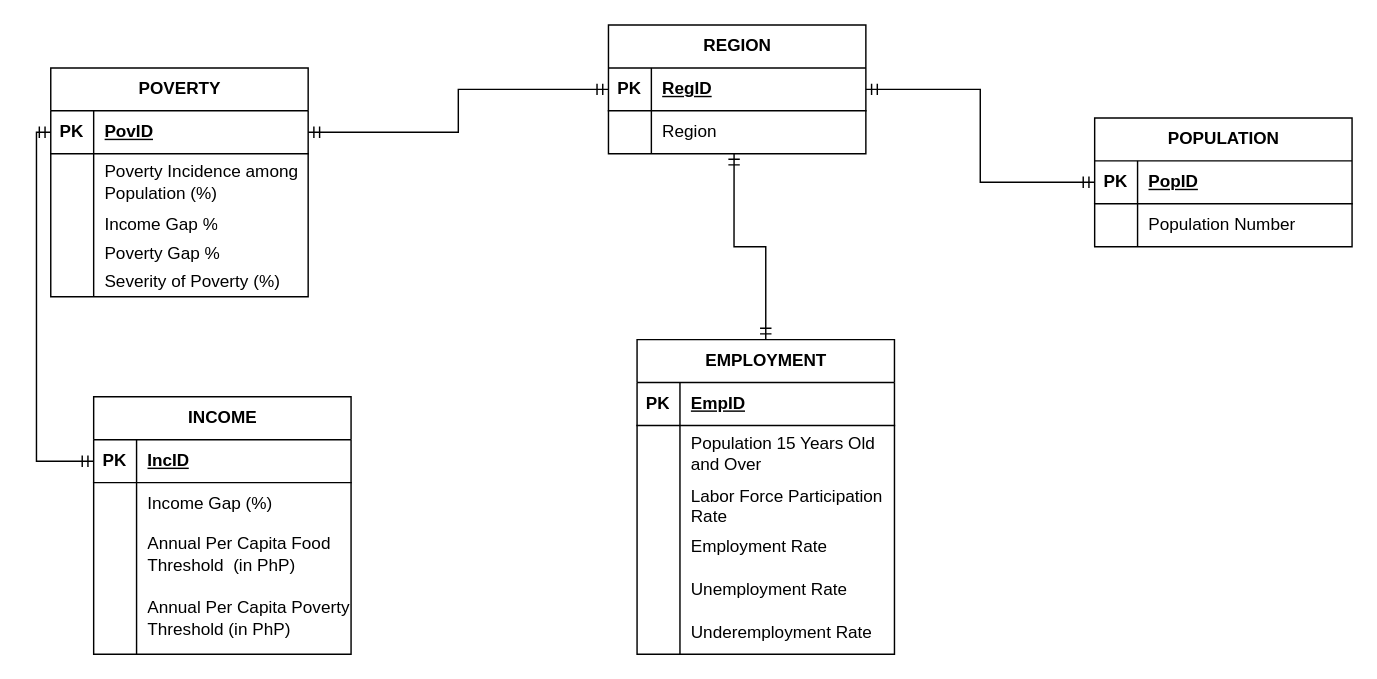
This is page "NRM" (3 of 4) of DECapstone diagrams.drawio from vinsanity2022/SPARTACapstone, a draw.io file, before an edit. Source tidied: cells renumbered, new cells numbered last; positions are measured from the earlier drawing's top-left corner, leaving out a move shared by most shapes. Both pictures are drawn from the tidied source at 143%, with x=0, y=0 at pixel (50, 24).
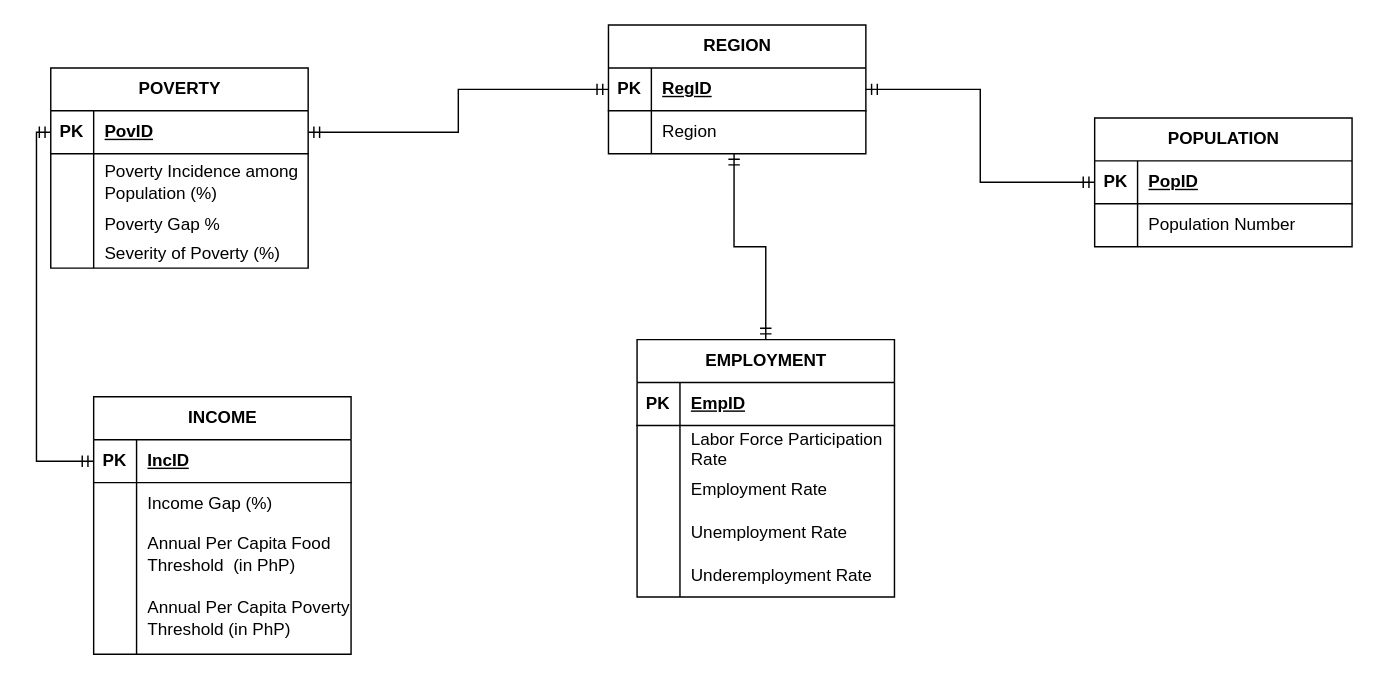
The same page after the edit.

The edit, as a diff of the source:
```diff
@@
     <mxCell id="2" value="POVERTY" style="shape=table;startSize=30;childLayout=tableLayout;rowLines=0;fontStyle=1;align=center;html=1;" parent="1" vertex="1">
-      <mxGeometry y="30" width="180" height="160" as="geometry" />
+      <mxGeometry y="30" width="180" height="140" as="geometry" />
     </mxCell>
@@
-    <mxCell id="9" style="shape=tableRow;horizontal=0;startSize=0;swimlaneHead=0;swimlaneBody=0;fillColor=none;top=0;left=0;right=0;bottom=0;" parent="2" vertex="1">
-      <mxGeometry y="100" width="180" height="20" as="geometry" />
-    </mxCell>
-    <mxCell id="10" style="shape=partialRectangle;fillColor=none;top=0;left=0;bottom=0;right=0;overflow=hidden;whiteSpace=wrap;html=1;" parent="9" vertex="1">
-      <mxGeometry width="30" height="20" as="geometry" />
-    </mxCell>
-    <mxCell id="11" value="Income Gap %" style="shape=partialRectangle;fillColor=none;top=0;left=0;bottom=0;right=0;align=left;spacingLeft=6;overflow=hidden;whiteSpace=wrap;html=1;" parent="9" vertex="1">
-      <mxGeometry x="30" width="150" height="20" as="geometry" />
-    </mxCell>
     <mxCell id="12" style="shape=tableRow;horizontal=0;startSize=0;swimlaneHead=0;swimlaneBody=0;fillColor=none;top=0;left=0;right=0;bottom=0;" parent="2" vertex="1">
-      <mxGeometry y="120" width="180" height="20" as="geometry" />
+      <mxGeometry y="100" width="180" height="20" as="geometry" />
     </mxCell>
@@
     <mxCell id="15" style="shape=tableRow;horizontal=0;startSize=0;swimlaneHead=0;swimlaneBody=0;fillColor=none;top=0;left=0;right=0;bottom=0;" parent="2" vertex="1">
-      <mxGeometry y="140" width="180" height="20" as="geometry" />
+      <mxGeometry y="120" width="180" height="20" as="geometry" />
     </mxCell>
@@
     <mxCell id="48" value="EMPLOYMENT" style="shape=table;startSize=30;childLayout=tableLayout;rowLines=0;fontStyle=1;align=center;html=1;" parent="1" vertex="1">
-      <mxGeometry x="410" y="220" width="180" height="220" as="geometry" />
+      <mxGeometry x="410" y="220" width="180" height="180" as="geometry" />
     </mxCell>
@@
-    <mxCell id="52" style="shape=tableRow;horizontal=0;startSize=0;swimlaneHead=0;swimlaneBody=0;fillColor=none;top=0;left=0;right=0;bottom=0;" parent="48" vertex="1">
-      <mxGeometry y="60" width="180" height="40" as="geometry" />
-    </mxCell>
-    <mxCell id="53" style="shape=partialRectangle;fillColor=none;top=0;left=0;bottom=0;right=0;overflow=hidden;whiteSpace=wrap;html=1;" parent="52" vertex="1">
-      <mxGeometry width="30" height="40" as="geometry" />
-    </mxCell>
-    <mxCell id="54" value="Population 15 Years Old and Over&amp;nbsp; &amp;nbsp; &amp;nbsp; &amp;nbsp; &amp;nbsp;" style="shape=partialRectangle;fillColor=none;top=0;left=0;bottom=0;right=0;align=left;spacingLeft=6;overflow=hidden;whiteSpace=wrap;html=1;" parent="52" vertex="1">
-      <mxGeometry x="30" width="150" height="40" as="geometry" />
-    </mxCell>
     <mxCell id="55" style="shape=tableRow;horizontal=0;startSize=0;swimlaneHead=0;swimlaneBody=0;fillColor=none;top=0;left=0;right=0;bottom=0;" parent="48" vertex="1">
-      <mxGeometry y="100" width="180" height="30" as="geometry" />
+      <mxGeometry y="60" width="180" height="30" as="geometry" />
     </mxCell>
@@
     <mxCell id="58" style="shape=tableRow;horizontal=0;startSize=0;swimlaneHead=0;swimlaneBody=0;fillColor=none;top=0;left=0;right=0;bottom=0;" parent="48" vertex="1">
-      <mxGeometry y="130" width="180" height="30" as="geometry" />
+      <mxGeometry y="90" width="180" height="30" as="geometry" />
     </mxCell>
@@
     <mxCell id="61" style="shape=tableRow;horizontal=0;startSize=0;swimlaneHead=0;swimlaneBody=0;fillColor=none;top=0;left=0;right=0;bottom=0;" parent="48" vertex="1">
-      <mxGeometry y="160" width="180" height="30" as="geometry" />
+      <mxGeometry y="120" width="180" height="30" as="geometry" />
     </mxCell>
@@
     <mxCell id="64" style="shape=tableRow;horizontal=0;startSize=0;swimlaneHead=0;swimlaneBody=0;fillColor=none;top=0;left=0;right=0;bottom=0;" parent="48" vertex="1">
-      <mxGeometry y="190" width="180" height="30" as="geometry" />
+      <mxGeometry y="150" width="180" height="30" as="geometry" />
     </mxCell>
```
